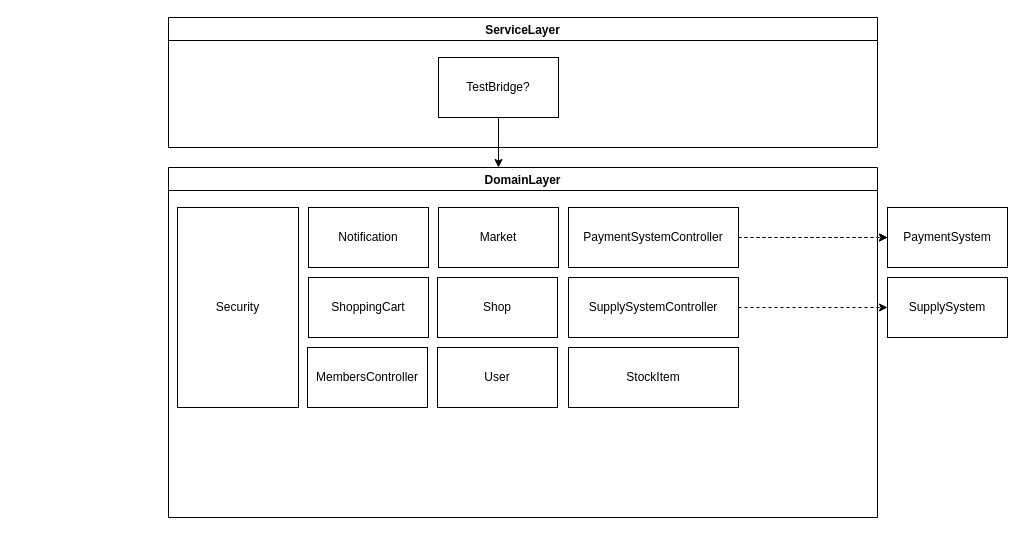
Above: Docs/V0_Architecture.drawio in mikecprogram/workshop-special-potato-shuk (draw.io), before the change. Source tidied: cells renumbered, new cells numbered last; positions are measured from the earlier drawing's top-left corner, leaving out a move shared by most shapes. Both pictures are drawn from the tidied source at 100%, with x=0, y=0 at pixel (168, 17).
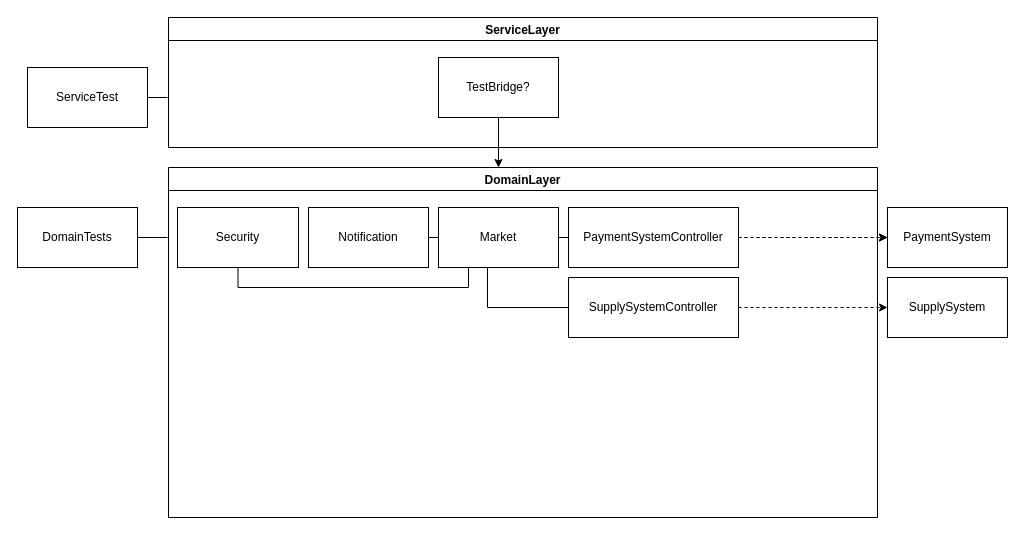
The same diagram, later.

The change refers to these unchanged cells:
```xml
<mxCell id="4" value="DomainLayer" style="swimlane;" parent="1" vertex="1">
  <mxGeometry y="150" width="709" height="350" as="geometry" />
</mxCell>
<mxCell id="5" value="Market" style="rounded=0;whiteSpace=wrap;html=1;" parent="4" vertex="1">
  <mxGeometry x="270" y="40" width="120" height="60" as="geometry" />
</mxCell>
<mxCell id="6" value="&lt;span style=&quot;text-align: left&quot;&gt;Notification&lt;/span&gt;" style="rounded=0;whiteSpace=wrap;html=1;" parent="4" vertex="1">
  <mxGeometry x="140" y="40" width="120" height="60" as="geometry" />
</mxCell>
<mxCell id="9" value="SupplySystemController" style="rounded=0;whiteSpace=wrap;html=1;" parent="4" vertex="1">
  <mxGeometry x="400" y="110" width="170" height="60" as="geometry" />
</mxCell>
<mxCell id="18" value="TestBridge?" style="rounded=0;whiteSpace=wrap;html=1;" parent="17" vertex="1">
  <mxGeometry x="270" y="40" width="120" height="60" as="geometry" />
</mxCell>
<mxCell id="20" value="PaymentSystemController" style="rounded=0;whiteSpace=wrap;html=1;" parent="1" vertex="1">
  <mxGeometry x="400" y="190" width="170" height="60" as="geometry" />
</mxCell>
```

What changed in the source:
```diff
@@
+    <mxCell id="22" style="edgeStyle=orthogonalEdgeStyle;rounded=0;jettySize=auto;html=1;exitX=0.5;exitY=0;exitDx=0;exitDy=0;entryX=0.25;entryY=0;entryDx=0;entryDy=0;endArrow=none;endFill=0;" parent="4" edge="1" source="14" target="5">
+      <mxGeometry relative="1" as="geometry">
+        <Array as="points">
+          <mxPoint x="70" y="120" />
+          <mxPoint x="300" y="120" />
+        </Array>
+      </mxGeometry>
+    </mxCell>
+    <mxCell id="23" style="edgeStyle=orthogonalEdgeStyle;rounded=0;jettySize=auto;html=1;entryX=0;entryY=0.5;entryDx=0;entryDy=0;endArrow=none;endFill=0;" parent="4" edge="1" source="5" target="9">
+      <mxGeometry relative="1" as="geometry">
+        <Array as="points">
+          <mxPoint x="319" y="140" />
+        </Array>
+      </mxGeometry>
+    </mxCell>
@@
+    <mxCell id="24" style="edgeStyle=orthogonalEdgeStyle;rounded=0;jettySize=auto;html=1;exitX=1;exitY=0.5;exitDx=0;exitDy=0;entryX=0;entryY=0.5;entryDx=0;entryDy=0;endArrow=none;endFill=0;" parent="4" edge="1" source="6" target="5">
+      <mxGeometry relative="1" as="geometry" />
+    </mxCell>
@@
-    <mxCell id="7" value="ShoppingCart" style="rounded=0;whiteSpace=wrap;html=1;" parent="4" vertex="1">
-      <mxGeometry x="140" y="110" width="120" height="60" as="geometry" />
-    </mxCell>
@@
-    <mxCell id="10" value="StockItem" style="rounded=0;whiteSpace=wrap;html=1;" parent="4" vertex="1">
-      <mxGeometry x="400" y="180" width="170" height="60" as="geometry" />
-    </mxCell>
-    <mxCell id="11" value="Shop" style="rounded=0;whiteSpace=wrap;html=1;" parent="4" vertex="1">
-      <mxGeometry x="269" y="110" width="120" height="60" as="geometry" />
-    </mxCell>
-    <mxCell id="12" value="User" style="rounded=0;whiteSpace=wrap;html=1;" parent="4" vertex="1">
-      <mxGeometry x="269" y="180" width="120" height="60" as="geometry" />
-    </mxCell>
-    <mxCell id="13" value="MembersController" style="rounded=0;whiteSpace=wrap;html=1;" parent="4" vertex="1">
-      <mxGeometry x="139" y="180" width="120" height="60" as="geometry" />
-    </mxCell>
     <mxCell id="14" value="Security" style="rounded=0;whiteSpace=wrap;html=1;" parent="4" vertex="1">
-      <mxGeometry x="9" y="40" width="121" height="200" as="geometry" />
+      <mxGeometry x="9" y="40" width="121" height="60" as="geometry" />
     </mxCell>
@@
     <mxCell id="19" style="edgeStyle=orthogonalEdgeStyle;rounded=0;jettySize=auto;html=1;" parent="1" edge="1" source="18">
       <mxGeometry relative="1" as="geometry">
         <mxPoint x="330" y="150" as="targetPoint" />
+        <Array as="points">
+          <mxPoint x="329" y="150" />
+        </Array>
       </mxGeometry>
     </mxCell>
@@
+    <mxCell id="25" style="edgeStyle=orthogonalEdgeStyle;rounded=0;jettySize=auto;html=1;exitX=1;exitY=0.5;exitDx=0;exitDy=0;entryX=0;entryY=0.5;entryDx=0;entryDy=0;endArrow=none;endFill=0;" parent="1" edge="1" source="5" target="20">
+      <mxGeometry relative="1" as="geometry" />
+    </mxCell>
+    <mxCell id="26" style="edgeStyle=orthogonalEdgeStyle;rounded=0;jettySize=auto;html=1;endArrow=none;endFill=0;" parent="1" edge="1" source="27">
+      <mxGeometry relative="1" as="geometry">
+        <mxPoint x="-1" y="80" as="targetPoint" />
+      </mxGeometry>
+    </mxCell>
+    <mxCell id="27" value="ServiceTest" style="rounded=0;whiteSpace=wrap;html=1;" parent="1" vertex="1">
+      <mxGeometry x="-141" y="50" width="120" height="60" as="geometry" />
+    </mxCell>
+    <mxCell id="28" style="edgeStyle=orthogonalEdgeStyle;rounded=0;jettySize=auto;html=1;endArrow=none;endFill=0;" parent="1" edge="1" source="29">
+      <mxGeometry relative="1" as="geometry">
+        <mxPoint x="-1" y="220" as="targetPoint" />
+      </mxGeometry>
+    </mxCell>
+    <mxCell id="29" value="DomainTests" style="rounded=0;whiteSpace=wrap;html=1;" parent="1" vertex="1">
+      <mxGeometry x="-151" y="190" width="120" height="60" as="geometry" />
+    </mxCell>
```
